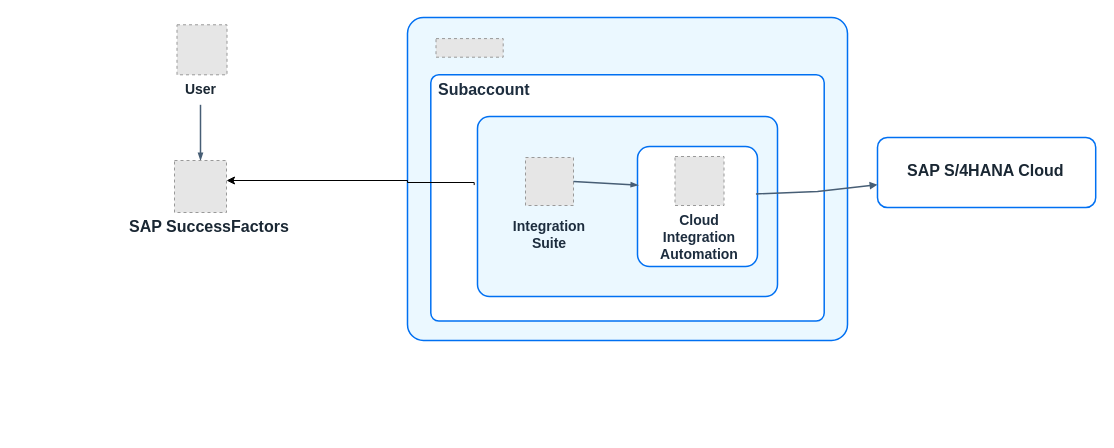
Before: page "L0 - Case 1" (1 of 5) of assets/editable-diagram-examples/SAP_Task_Center_L0.drawio in caiocesarpaolillo/btp-solution-diagrams, a draw.io diagram. Source tidied: cells renumbered, new cells numbered last; positions are measured from the earlier drawing's top-left corner, leaving out a move shared by most shapes. Both pictures are drawn from the tidied source at 100%, with x=0, y=0 at pixel (127, 17). Pictures stored in the file or linked from it are replaced by grey dashed boxes.
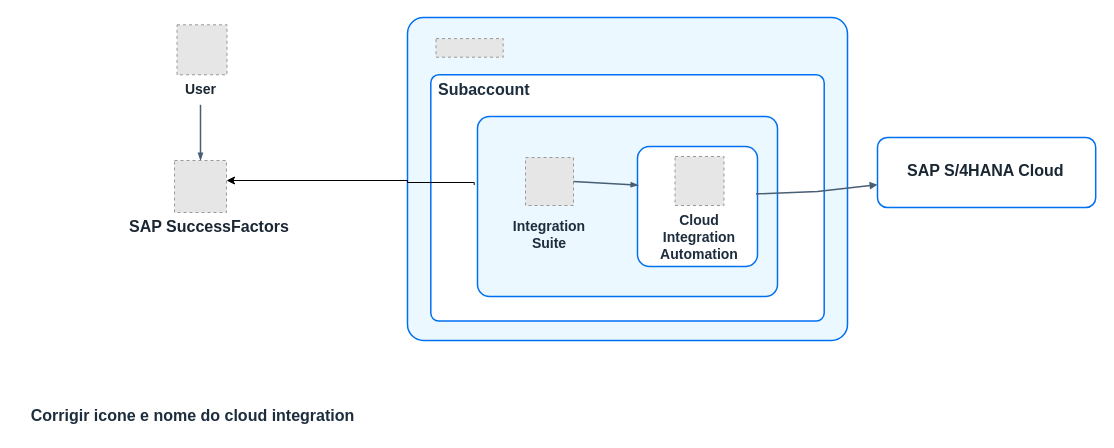
Above is the later version.

The edit, as a diff of the source:
```diff
@@
+    <mxCell id="25" value="&lt;font face=&quot;arial&quot; style=&quot;font-size: 16px;&quot;&gt;&lt;b style=&quot;font-size: 16px;&quot;&gt;Corrigir icone e nome do cloud integration&lt;/b&gt;&lt;/font&gt;" style="text;html=1;align=center;verticalAlign=middle;strokeColor=none;fillColor=none;fontSize=12;fontColor=#1D2D3E;fontFamily=Helvetica;" parent="1" vertex="1">
+      <mxGeometry x="-110" y="383" width="350" height="30" as="geometry" />
+    </mxCell>
```
